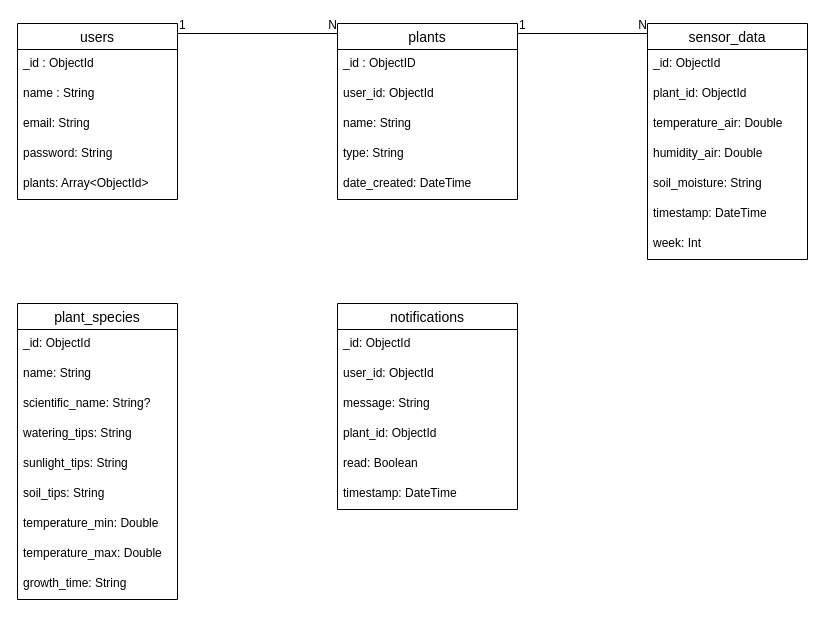
Before: server/docs/NoAM.drawio in BrunoAlgarte/plant.ly, a draw.io diagram. Source tidied: cells renumbered, new cells numbered last; positions are measured from the earlier drawing's top-left corner, leaving out a move shared by most shapes. Both pictures are drawn from the tidied source at 100%, with x=0, y=0 at pixel (17, 23).
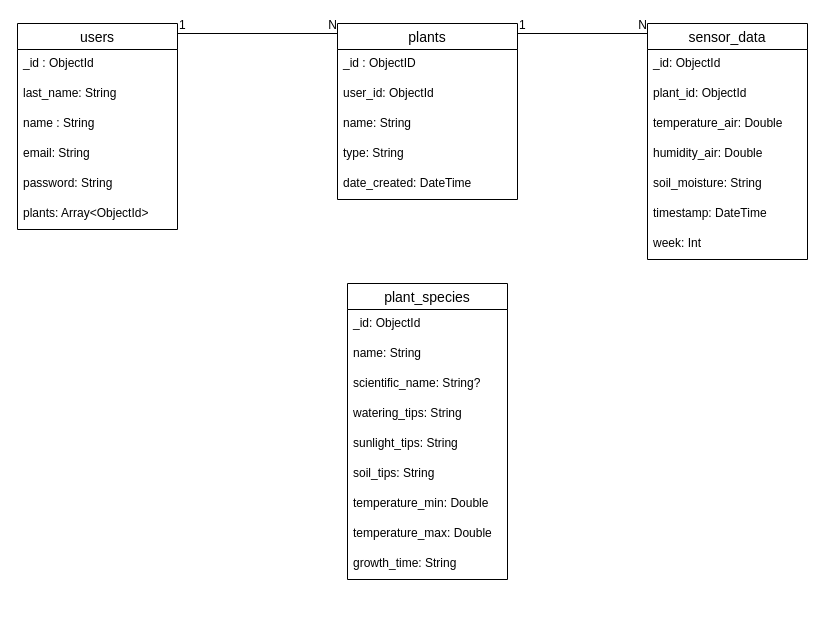
Above is the later version.

The edit, as a diff of the source:
```diff
@@
     <mxCell id="8" value="users" style="swimlane;fontStyle=0;horizontal=1;startSize=26;align=center;fontSize=14;" parent="1" vertex="1">
-      <mxGeometry width="160" height="176" as="geometry" />
+      <mxGeometry width="160" height="206" as="geometry" />
     </mxCell>
@@
+    <mxCell id="45" value="last_name: String" style="text;strokeColor=none;fillColor=none;spacingLeft=4;spacingRight=4;overflow=hidden;fontSize=12;" parent="8" vertex="1">
+      <mxGeometry y="56" width="160" height="30" as="geometry" />
+    </mxCell>
     <mxCell id="10" value="name : String" style="text;strokeColor=none;fillColor=none;spacingLeft=4;spacingRight=4;overflow=hidden;fontSize=12;" parent="8" vertex="1">
-      <mxGeometry y="56" width="160" height="30" as="geometry" />
+      <mxGeometry y="86" width="160" height="30" as="geometry" />
     </mxCell>
     <mxCell id="11" value="email: String" style="text;strokeColor=none;fillColor=none;spacingLeft=4;spacingRight=4;overflow=hidden;fontSize=12;" parent="8" vertex="1">
-      <mxGeometry y="86" width="160" height="30" as="geometry" />
+      <mxGeometry y="116" width="160" height="30" as="geometry" />
     </mxCell>
     <mxCell id="12" value="password: String" style="text;strokeColor=none;fillColor=none;spacingLeft=4;spacingRight=4;overflow=hidden;fontSize=12;" parent="8" vertex="1">
-      <mxGeometry y="116" width="160" height="30" as="geometry" />
+      <mxGeometry y="146" width="160" height="30" as="geometry" />
     </mxCell>
     <mxCell id="13" value="plants: Array&lt;ObjectId&gt;" style="text;strokeColor=none;fillColor=none;spacingLeft=4;spacingRight=4;overflow=hidden;fontSize=12;" parent="8" vertex="1">
-      <mxGeometry y="146" width="160" height="30" as="geometry" />
+      <mxGeometry y="176" width="160" height="30" as="geometry" />
     </mxCell>
@@
     <mxCell id="28" value="plant_species" style="swimlane;fontStyle=0;horizontal=1;startSize=26;align=center;fontSize=14;" parent="1" vertex="1">
-      <mxGeometry y="280" width="160" height="296" as="geometry" />
+      <mxGeometry x="330" y="260" width="160" height="296" as="geometry" />
     </mxCell>
@@
-    <mxCell id="38" value="notifications" style="swimlane;fontStyle=0;horizontal=1;startSize=26;align=center;fontSize=14;" parent="1" vertex="1">
-      <mxGeometry x="320" y="280" width="180" height="206" as="geometry" />
-    </mxCell>
-    <mxCell id="39" value="_id: ObjectId   " style="text;strokeColor=none;fillColor=none;spacingLeft=4;spacingRight=4;overflow=hidden;fontSize=12;" parent="38" vertex="1">
-      <mxGeometry y="26" width="180" height="30" as="geometry" />
-    </mxCell>
-    <mxCell id="40" value="user_id: ObjectId" style="text;strokeColor=none;fillColor=none;spacingLeft=4;spacingRight=4;overflow=hidden;fontSize=12;" parent="38" vertex="1">
-      <mxGeometry y="56" width="180" height="30" as="geometry" />
-    </mxCell>
-    <mxCell id="41" value="message: String" style="text;strokeColor=none;fillColor=none;spacingLeft=4;spacingRight=4;overflow=hidden;fontSize=12;" parent="38" vertex="1">
-      <mxGeometry y="86" width="180" height="30" as="geometry" />
-    </mxCell>
-    <mxCell id="42" value="plant_id: ObjectId " style="text;strokeColor=none;fillColor=none;spacingLeft=4;spacingRight=4;overflow=hidden;fontSize=12;" parent="38" vertex="1">
-      <mxGeometry y="116" width="180" height="30" as="geometry" />
-    </mxCell>
-    <mxCell id="43" value="read: Boolean " style="text;strokeColor=none;fillColor=none;spacingLeft=4;spacingRight=4;overflow=hidden;fontSize=12;" parent="38" vertex="1">
-      <mxGeometry y="146" width="180" height="30" as="geometry" />
-    </mxCell>
-    <mxCell id="44" value="timestamp: DateTime" style="text;strokeColor=none;fillColor=none;spacingLeft=4;spacingRight=4;overflow=hidden;fontSize=12;" parent="38" vertex="1">
-      <mxGeometry y="176" width="180" height="30" as="geometry" />
-    </mxCell>
```
